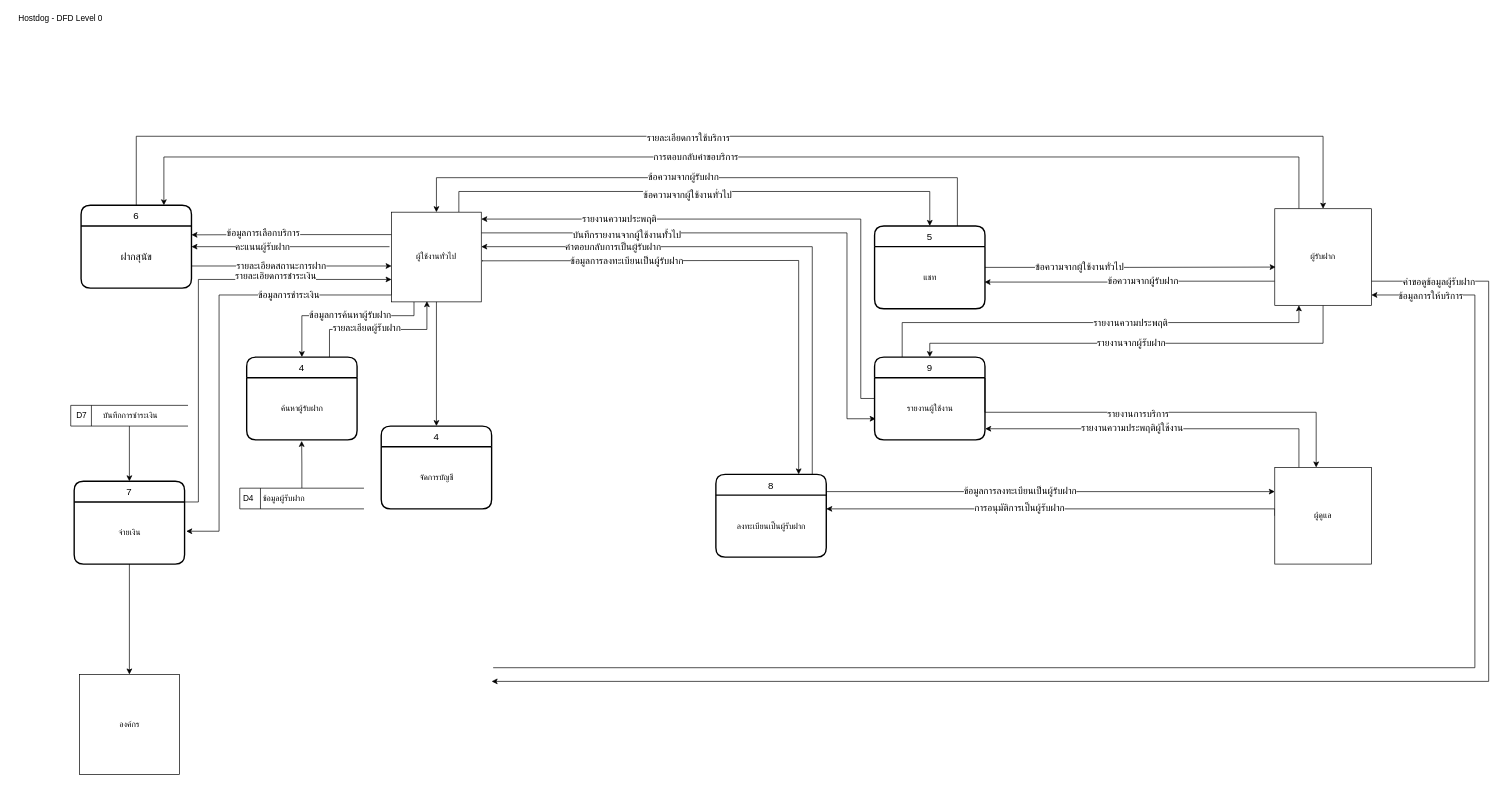
The draw.io diagram page "level0" (2 of 10) of ProjectProcesses/HostDog_5DFD/DFD-V2.drawio in Hostdogs/Project_Hostdog, before the edit. Source tidied: cells renumbered, new cells numbered last; positions are measured from the earlier drawing's top-left corner, leaving out a move shared by most shapes. Both pictures are drawn from the tidied source at 69%, with x=0, y=0 at pixel (12, 12).
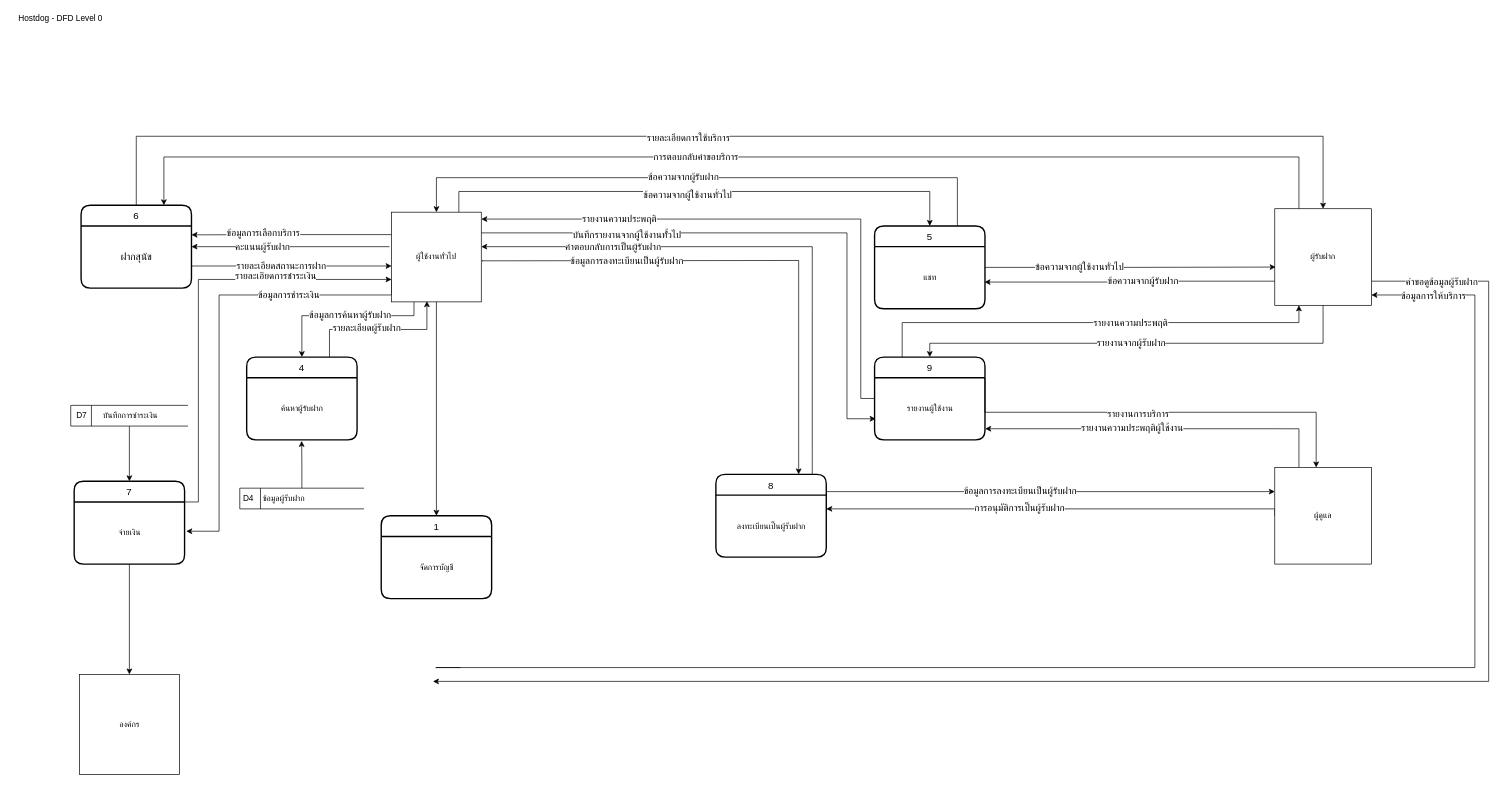
The same diagram, later.

The change refers to these unchanged cells:
```xml
<mxCell id="28" value="ผู้รับฝาก" style="whiteSpace=wrap;html=1;align=center;" parent="1" vertex="1">
  <mxGeometry x="1830" y="285" width="140" height="140" as="geometry" />
</mxCell>
```

Change to the diagram source:
```diff
@@
-    <mxCell id="26" style="edgeStyle=orthogonalEdgeStyle;rounded=0;jettySize=auto;html=1;exitX=1;exitY=0.75;exitDx=0;exitDy=0;fontSize=14;entryX=1;entryY=0.778;entryDx=0;entryDy=0;entryPerimeter=0;" parent="1" edge="1" source="28">
+    <mxCell id="26" style="edgeStyle=orthogonalEdgeStyle;rounded=0;jettySize=auto;html=1;exitX=1;exitY=0.75;exitDx=0;exitDy=0;fontSize=14;" parent="1" edge="1" source="28">
       <mxGeometry relative="1" as="geometry">
-        <mxPoint x="695" y="970" as="targetPoint" />
+        <mxPoint x="610" y="970" as="targetPoint" />
         <Array as="points">
           <mxPoint x="2140" y="390" />
           <mxPoint x="2140" y="970" />
         </Array>
       </mxGeometry>
     </mxCell>
@@
-    <mxCell id="29" style="edgeStyle=orthogonalEdgeStyle;rounded=0;orthogonalLoop=1;jettySize=auto;html=1;exitX=1.014;exitY=0.558;exitDx=0;exitDy=0;fontSize=14;exitPerimeter=0;" parent="1" edge="1">
+    <mxCell id="29" style="edgeStyle=orthogonalEdgeStyle;rounded=0;orthogonalLoop=1;jettySize=auto;html=1;fontSize=14;" parent="1" edge="1">
       <mxGeometry relative="1" as="geometry">
-        <mxPoint x="697.2" y="950.2" as="sourcePoint" />
+        <mxPoint x="650" y="950" as="sourcePoint" />
         <mxPoint x="1970" y="410" as="targetPoint" />
         <Array as="points">
+          <mxPoint x="614" y="950" />
           <mxPoint x="2120" y="950" />
           <mxPoint x="2120" y="410" />
         </Array>
       </mxGeometry>
     </mxCell>
@@
-    <mxCell id="75" value="4" style="swimlane;horizontal=1;startSize=30;rounded=1;fontSize=14;fontStyle=0;strokeWidth=2;shadow=0;dashed=0;align=center;labelPosition=center;verticalLabelPosition=middle;verticalAlign=middle;" parent="1" vertex="1">
-      <mxGeometry x="535" y="600" width="160" height="120" as="geometry" />
+    <mxCell id="75" value="1" style="swimlane;horizontal=1;startSize=30;rounded=1;fontSize=14;fontStyle=0;strokeWidth=2;shadow=0;dashed=0;align=center;labelPosition=center;verticalLabelPosition=middle;verticalAlign=middle;" parent="1" vertex="1">
+      <mxGeometry x="535" y="730" width="160" height="120" as="geometry" />
     </mxCell>
```
